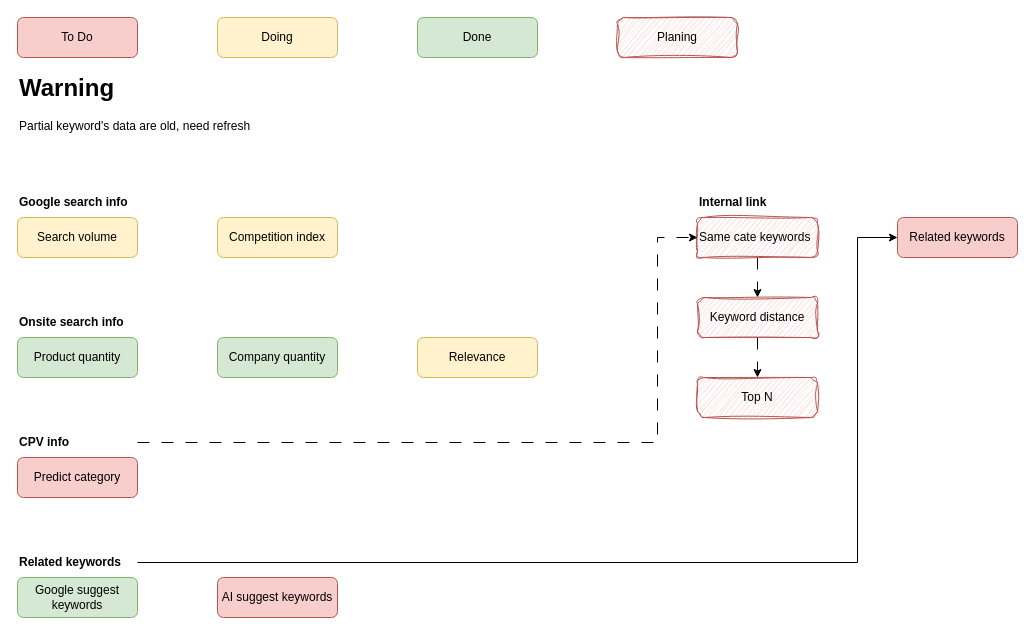
Before: drawio/keyword_optimize.drawio in VisableHarry/seo-drawio, a draw.io diagram. Source tidied: cells renumbered, new cells numbered last; positions are measured from the earlier drawing's top-left corner, leaving out a move shared by most shapes. Both pictures are drawn from the tidied source at 100%, with x=0, y=0 at pixel (17, 17).
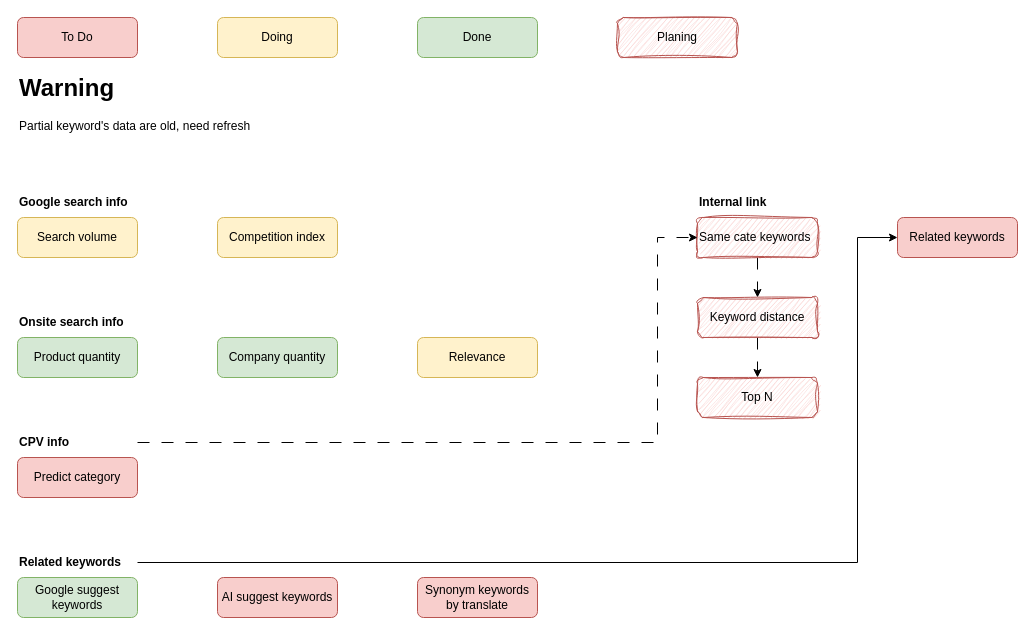
Above is the later version.

What changed in the source:
```diff
@@
+    <mxCell id="28" value="Synonym keywords by translate" style="rounded=1;whiteSpace=wrap;html=1;fillColor=#f8cecc;strokeColor=#b85450;" parent="1" vertex="1">
+      <mxGeometry x="400" y="560" width="120" height="40" as="geometry" />
+    </mxCell>
```
